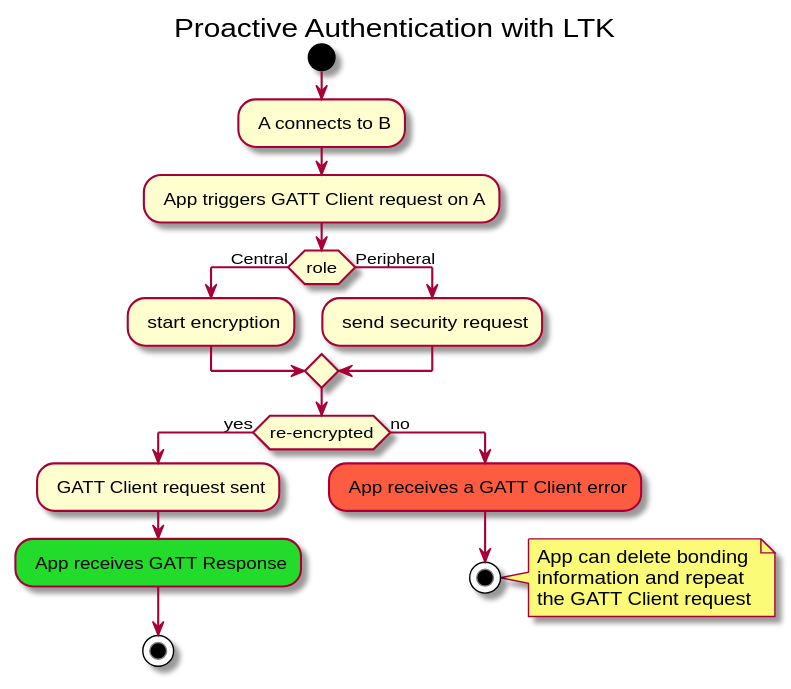
bluekitchen/btstack keeps this PlantUML diagram as doc/manual/docs/picts/le_security_flow_control_proactive_authentication.svg. Above is the earlier version.
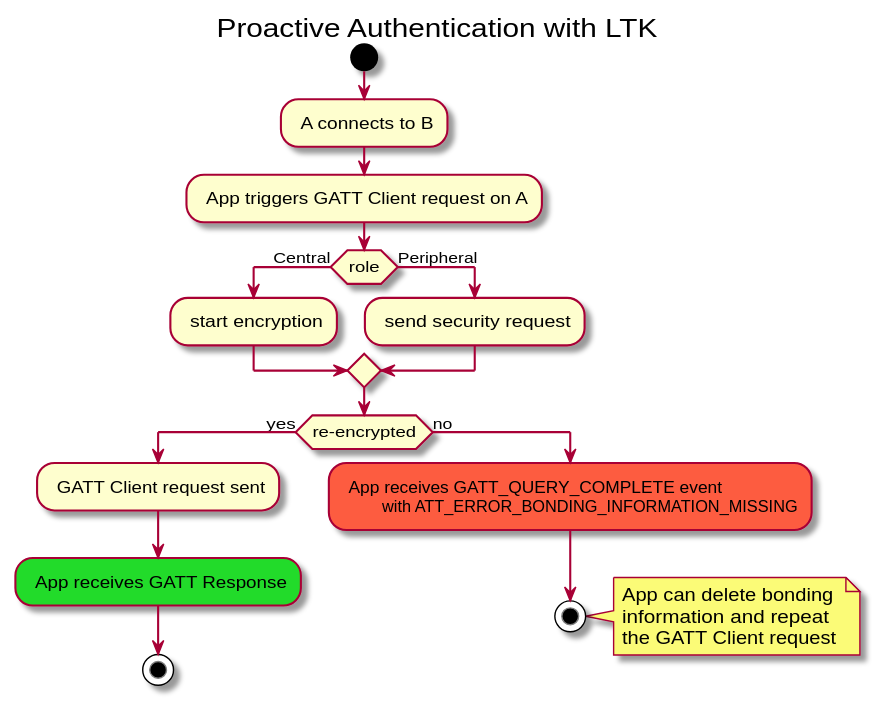
After the commit.

Commit message:
doc: update le security authenticaiton flow control

Change to the diagram source:
```diff
@@ -13,7 +13,8 @@
    #23DB2B : App receives GATT Response;
    stop
 else (no)
-   #FD5B41 : App receives a GATT Client error;
+   #FD5B41: App receives GATT_QUERY_COMPLETE event
+          with ATT_ERROR_BONDING_INFORMATION_MISSING;
    stop
    note right
       App can delete bonding
```
